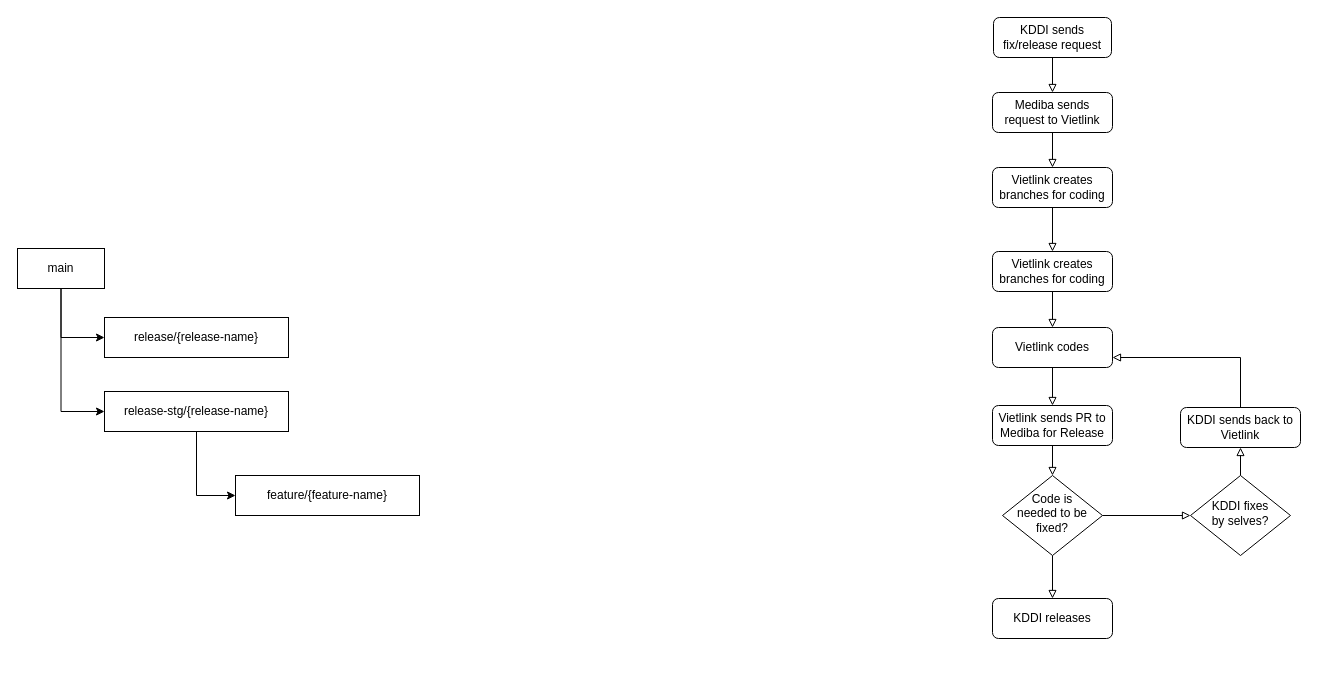
This is Untitled Diagram.drawio from Vietlink-MinhNgo/vietlink-Draw, a draw.io file, before an edit. Source tidied: cells renumbered, new cells numbered last; positions are measured from the earlier drawing's top-left corner, leaving out a move shared by most shapes. Both pictures are drawn from the tidied source at 100%, with x=0, y=0 at pixel (17, 17).
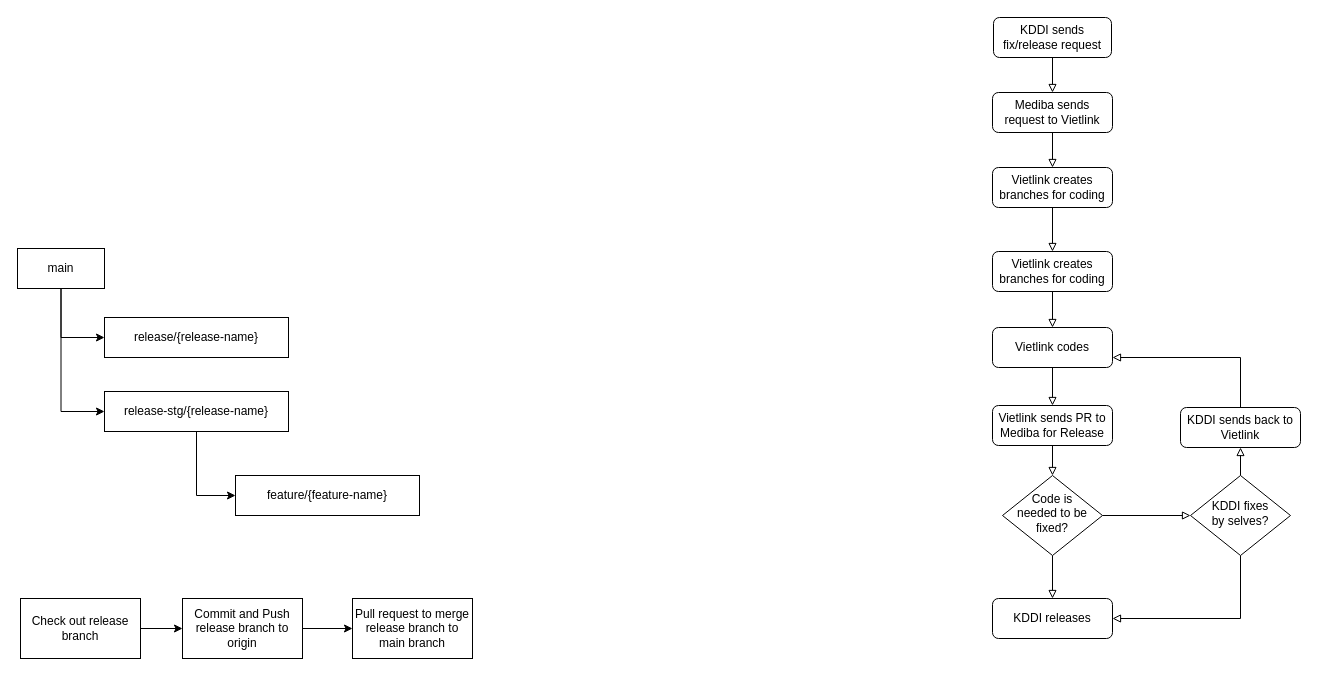
Above is the later version.

Unchanged cells that the change refers to:
```xml
<mxCell id="20" value="KDDI fixes &lt;br&gt;by selves?" style="rhombus;whiteSpace=wrap;html=1;shadow=0;fontFamily=Helvetica;fontSize=12;align=center;strokeWidth=1;spacing=6;spacingTop=-4;" parent="1" vertex="1">
  <mxGeometry x="1173" y="458" width="100" height="80" as="geometry" />
</mxCell>
<mxCell id="21" value="KDDI releases" style="rounded=1;whiteSpace=wrap;html=1;fontSize=12;glass=0;strokeWidth=1;shadow=0;" parent="1" vertex="1">
  <mxGeometry x="975" y="581" width="120" height="40" as="geometry" />
</mxCell>
```

What changed in the source:
```diff
@@
+    <mxCell id="29" style="edgeStyle=orthogonalEdgeStyle;rounded=0;jettySize=auto;html=1;entryX=1;entryY=0.5;entryDx=0;entryDy=0;endArrow=block;endFill=0;" parent="1" edge="1" source="20" target="21">
+      <mxGeometry relative="1" as="geometry">
+        <Array as="points">
+          <mxPoint x="1223" y="601" />
+        </Array>
+      </mxGeometry>
+    </mxCell>
@@
+    <mxCell id="30" style="edgeStyle=orthogonalEdgeStyle;rounded=0;jettySize=auto;html=1;" parent="1" edge="1" source="31" target="33">
+      <mxGeometry relative="1" as="geometry" />
+    </mxCell>
+    <mxCell id="31" value="Check out release branch" style="rounded=0;whiteSpace=wrap;html=1;" parent="1" vertex="1">
+      <mxGeometry x="3" y="581" width="120" height="60" as="geometry" />
+    </mxCell>
+    <mxCell id="32" style="edgeStyle=orthogonalEdgeStyle;rounded=0;jettySize=auto;html=1;" parent="1" edge="1" source="33" target="34">
+      <mxGeometry relative="1" as="geometry" />
+    </mxCell>
+    <mxCell id="33" value="Commit and Push release branch to origin" style="rounded=0;whiteSpace=wrap;html=1;" parent="1" vertex="1">
+      <mxGeometry x="165" y="581" width="120" height="60" as="geometry" />
+    </mxCell>
+    <mxCell id="34" value="Pull request to merge release branch to main branch" style="rounded=0;whiteSpace=wrap;html=1;" parent="1" vertex="1">
+      <mxGeometry x="335" y="581" width="120" height="60" as="geometry" />
+    </mxCell>
```
